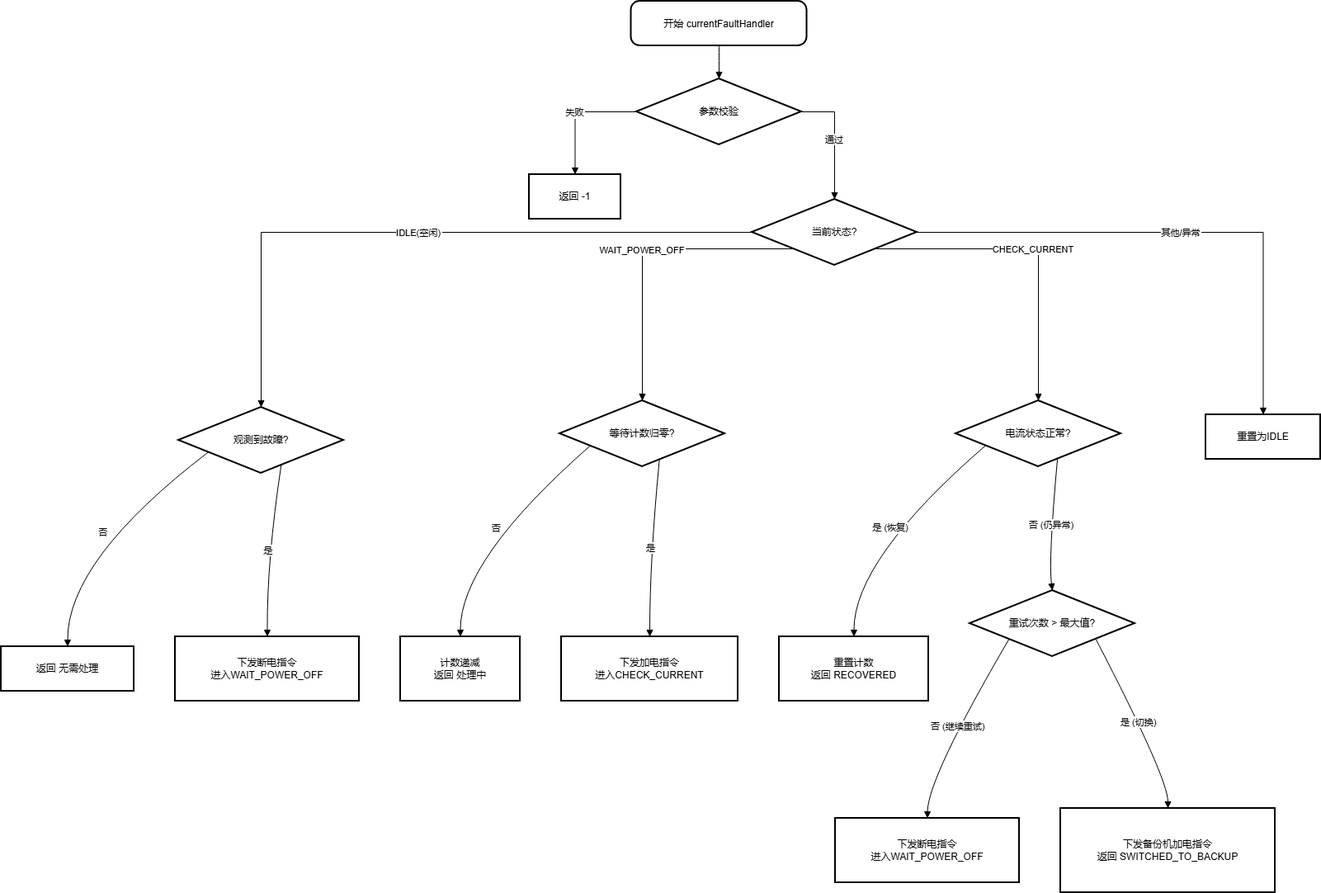
Before: 测控电流异常处理.drawio.png, a diagram exported from draw.io (luoflyxidian/git_aaa). Source tidied: cells renumbered, new cells last; positions are measured from the earlier drawing's top-left corner, leaving out a move shared by most shapes. The source it was exported from:
```xml
<mxGraphModel>
  <root>
    <mxCell id="0" />
    <mxCell id="1" parent="0" />
    <mxCell id="2" value="开始 currentFaultHandler" style="rounded=1;arcSize=20;strokeWidth=2;" parent="1" vertex="1">
      <mxGeometry x="763.5" width="213" height="54" as="geometry" />
    </mxCell>
    <mxCell id="3" value="参数校验" style="rhombus;strokeWidth=2;whiteSpace=wrap;" parent="1" vertex="1">
      <mxGeometry x="770" y="94" width="200" height="80" as="geometry" />
    </mxCell>
    <mxCell id="4" value="返回 -1" style="whiteSpace=wrap;strokeWidth=2;" parent="1" vertex="1">
      <mxGeometry x="640" y="210" width="111" height="54" as="geometry" />
    </mxCell>
    <mxCell id="5" value="当前状态?" style="rhombus;strokeWidth=2;whiteSpace=wrap;" parent="1" vertex="1">
      <mxGeometry x="910" y="240" width="200" height="80" as="geometry" />
    </mxCell>
    <mxCell id="6" value="观测到故障?" style="rhombus;strokeWidth=2;whiteSpace=wrap;" parent="1" vertex="1">
      <mxGeometry x="215" y="492" width="200" height="80" as="geometry" />
    </mxCell>
    <mxCell id="7" value="返回 无需处理" style="whiteSpace=wrap;strokeWidth=2;" parent="1" vertex="1">
      <mxGeometry y="782" width="161" height="54" as="geometry" />
    </mxCell>
    <mxCell id="8" value="下发断电指令&#10;进入WAIT_POWER_OFF" style="whiteSpace=wrap;strokeWidth=2;" parent="1" vertex="1">
      <mxGeometry x="211" y="770" width="223" height="78" as="geometry" />
    </mxCell>
    <mxCell id="9" value="等待计数归零?" style="rhombus;strokeWidth=2;whiteSpace=wrap;" parent="1" vertex="1">
      <mxGeometry x="677" y="484" width="200" height="80" as="geometry" />
    </mxCell>
    <mxCell id="10" value="计数递减&#10;返回 处理中" style="whiteSpace=wrap;strokeWidth=2;" parent="1" vertex="1">
      <mxGeometry x="484" y="770" width="145" height="78" as="geometry" />
    </mxCell>
    <mxCell id="11" value="下发加电指令&#10;进入CHECK_CURRENT" style="whiteSpace=wrap;strokeWidth=2;" parent="1" vertex="1">
      <mxGeometry x="679" y="770" width="214" height="78" as="geometry" />
    </mxCell>
    <mxCell id="12" value="电流状态正常?" style="rhombus;strokeWidth=2;whiteSpace=wrap;" parent="1" vertex="1">
      <mxGeometry x="1157" y="484" width="200" height="80" as="geometry" />
    </mxCell>
    <mxCell id="13" value="重置计数&#10;返回 RECOVERED" style="whiteSpace=wrap;strokeWidth=2;" parent="1" vertex="1">
      <mxGeometry x="943" y="770" width="181" height="78" as="geometry" />
    </mxCell>
    <mxCell id="14" value="重试次数 &gt; 最大值?" style="rhombus;strokeWidth=2;whiteSpace=wrap;" parent="1" vertex="1">
      <mxGeometry x="1174" y="714" width="200" height="80" as="geometry" />
    </mxCell>
    <mxCell id="15" value="下发断电指令&#10;进入WAIT_POWER_OFF" style="whiteSpace=wrap;strokeWidth=2;" parent="1" vertex="1">
      <mxGeometry x="1011" y="990" width="223" height="78" as="geometry" />
    </mxCell>
    <mxCell id="16" value="下发备份机加电指令&#10;返回 SWITCHED_TO_BACKUP" style="whiteSpace=wrap;strokeWidth=2;" parent="1" vertex="1">
      <mxGeometry x="1284" y="978" width="260" height="102" as="geometry" />
    </mxCell>
    <mxCell id="17" value="重置为IDLE" style="whiteSpace=wrap;strokeWidth=2;" parent="1" vertex="1">
      <mxGeometry x="1460" y="501" width="139" height="54" as="geometry" />
    </mxCell>
    <mxCell id="18" style="curved=1;startArrow=none;endArrow=block;exitX=0.5;exitY=1;entryX=0.5;entryY=0;rounded=0;" parent="1" edge="1" source="2" target="3">
      <mxGeometry relative="1" as="geometry" />
    </mxCell>
    <mxCell id="19" value="失败" style="startArrow=none;endArrow=block;exitX=0;exitY=0.5;entryX=0.5;entryY=0;rounded=0;exitDx=0;exitDy=0;edgeStyle=orthogonalEdgeStyle;" parent="1" edge="1" source="3" target="4">
      <mxGeometry relative="1" as="geometry" />
    </mxCell>
    <mxCell id="20" value="通过" style="startArrow=none;endArrow=block;exitX=1;exitY=0.5;entryX=0.5;entryY=0;rounded=0;exitDx=0;exitDy=0;edgeStyle=orthogonalEdgeStyle;" parent="1" edge="1" source="3" target="5">
      <mxGeometry relative="1" as="geometry" />
    </mxCell>
    <mxCell id="21" value="IDLE(空闲)" style="startArrow=none;endArrow=block;exitX=0;exitY=0.5;entryX=0.5;entryY=0;rounded=0;exitDx=0;exitDy=0;edgeStyle=orthogonalEdgeStyle;" parent="1" edge="1" source="5" target="6">
      <mxGeometry relative="1" as="geometry" />
    </mxCell>
    <mxCell id="22" value="否" style="curved=1;startArrow=none;endArrow=block;exitX=0;exitY=0.78;entryX=0.5;entryY=-0.01;rounded=0;" parent="1" edge="1" source="6" target="7">
      <mxGeometry relative="1" as="geometry">
        <Array as="points">
          <mxPoint x="80" y="677" />
        </Array>
      </mxGeometry>
    </mxCell>
    <mxCell id="23" value="是" style="curved=1;startArrow=none;endArrow=block;exitX=0.66;exitY=1;entryX=0.5;entryY=0;rounded=0;" parent="1" edge="1" source="6" target="8">
      <mxGeometry relative="1" as="geometry">
        <Array as="points">
          <mxPoint x="322" y="677" />
        </Array>
      </mxGeometry>
    </mxCell>
    <mxCell id="24" value="WAIT_POWER_OFF" style="startArrow=none;endArrow=block;exitX=0;exitY=1;entryX=0.5;entryY=0;rounded=0;exitDx=0;exitDy=0;edgeStyle=orthogonalEdgeStyle;" parent="1" edge="1" source="5" target="9">
      <mxGeometry relative="1" as="geometry" />
    </mxCell>
    <mxCell id="25" value="否" style="curved=1;startArrow=none;endArrow=block;exitX=0;exitY=0.79;entryX=0.5;entryY=0;rounded=0;" parent="1" edge="1" source="9" target="10">
      <mxGeometry relative="1" as="geometry">
        <Array as="points">
          <mxPoint x="556" y="677" />
        </Array>
      </mxGeometry>
    </mxCell>
    <mxCell id="26" value="是" style="curved=1;startArrow=none;endArrow=block;exitX=0.63;exitY=1;entryX=0.5;entryY=0;rounded=0;" parent="1" edge="1" source="9" target="11">
      <mxGeometry relative="1" as="geometry">
        <Array as="points">
          <mxPoint x="786" y="677" />
        </Array>
      </mxGeometry>
    </mxCell>
    <mxCell id="27" value="CHECK_CURRENT" style="startArrow=none;endArrow=block;exitX=1;exitY=1;entryX=0.5;entryY=0;rounded=0;exitDx=0;exitDy=0;edgeStyle=orthogonalEdgeStyle;" parent="1" edge="1" source="5" target="12">
      <mxGeometry relative="1" as="geometry" />
    </mxCell>
    <mxCell id="28" value="是 (恢复)" style="curved=1;startArrow=none;endArrow=block;exitX=0;exitY=0.78;entryX=0.5;entryY=0;rounded=0;" parent="1" edge="1" source="12" target="13">
      <mxGeometry relative="1" as="geometry">
        <Array as="points">
          <mxPoint x="1033" y="677" />
        </Array>
      </mxGeometry>
    </mxCell>
    <mxCell id="29" value="否 (仍异常)" style="curved=1;startArrow=none;endArrow=block;exitX=0.65;exitY=1;entryX=0.5;entryY=0;rounded=0;" parent="1" edge="1" source="12" target="14">
      <mxGeometry relative="1" as="geometry">
        <Array as="points">
          <mxPoint x="1269" y="677" />
        </Array>
      </mxGeometry>
    </mxCell>
    <mxCell id="30" value="否 (继续重试)" style="curved=1;startArrow=none;endArrow=block;exitX=0;exitY=0.95;entryX=0.5;entryY=0;rounded=0;" parent="1" edge="1" source="14" target="15">
      <mxGeometry relative="1" as="geometry">
        <Array as="points">
          <mxPoint x="1123" y="941" />
        </Array>
      </mxGeometry>
    </mxCell>
    <mxCell id="31" value="是 (切换)" style="curved=1;startArrow=none;endArrow=block;exitX=1;exitY=0.95;entryX=0.5;entryY=0;rounded=0;" parent="1" edge="1" source="14" target="16">
      <mxGeometry relative="1" as="geometry">
        <Array as="points">
          <mxPoint x="1414" y="941" />
        </Array>
      </mxGeometry>
    </mxCell>
    <mxCell id="32" value="其他/异常" style="startArrow=none;endArrow=block;exitX=1;exitY=0.5;entryX=0.5;entryY=0;rounded=0;exitDx=0;exitDy=0;edgeStyle=orthogonalEdgeStyle;" parent="1" edge="1" source="5" target="17">
      <mxGeometry relative="1" as="geometry" />
    </mxCell>
  </root>
</mxGraphModel>
```
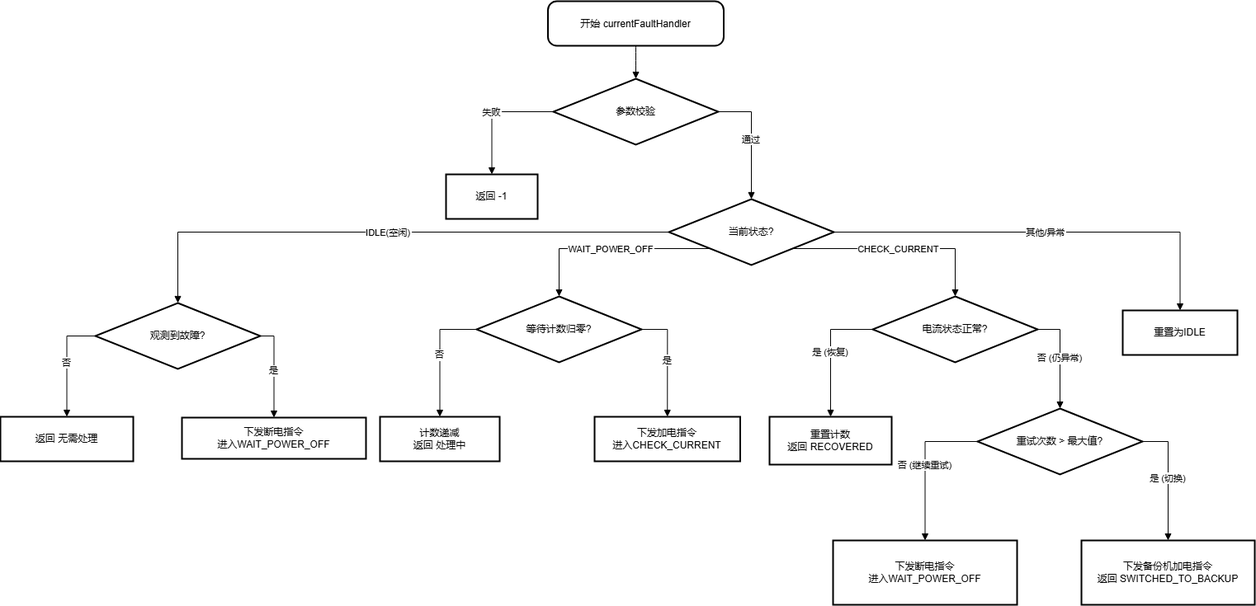
Later version of the same file.

Commit message:
更新测控电流异常处理.drawio.png

The edit, as a diff of the source:
```diff
@@ -15,40 +15,40 @@
       <mxGeometry x="910" y="240" width="200" height="80" as="geometry" />
     </mxCell>
     <mxCell id="6" value="观测到故障?" style="rhombus;strokeWidth=2;whiteSpace=wrap;" parent="1" vertex="1">
-      <mxGeometry x="215" y="492" width="200" height="80" as="geometry" />
+      <mxGeometry x="215" y="366" width="200" height="80" as="geometry" />
     </mxCell>
     <mxCell id="7" value="返回 无需处理" style="whiteSpace=wrap;strokeWidth=2;" parent="1" vertex="1">
-      <mxGeometry y="782" width="161" height="54" as="geometry" />
+      <mxGeometry x="100" y="504" width="161" height="54" as="geometry" />
     </mxCell>
     <mxCell id="8" value="下发断电指令&#10;进入WAIT_POWER_OFF" style="whiteSpace=wrap;strokeWidth=2;" parent="1" vertex="1">
-      <mxGeometry x="211" y="770" width="223" height="78" as="geometry" />
+      <mxGeometry x="320" y="505" width="223" height="50" as="geometry" />
     </mxCell>
     <mxCell id="9" value="等待计数归零?" style="rhombus;strokeWidth=2;whiteSpace=wrap;" parent="1" vertex="1">
-      <mxGeometry x="677" y="484" width="200" height="80" as="geometry" />
+      <mxGeometry x="677" y="358" width="200" height="80" as="geometry" />
     </mxCell>
     <mxCell id="10" value="计数递减&#10;返回 处理中" style="whiteSpace=wrap;strokeWidth=2;" parent="1" vertex="1">
-      <mxGeometry x="484" y="770" width="145" height="78" as="geometry" />
+      <mxGeometry x="560" y="504" width="145" height="54" as="geometry" />
     </mxCell>
     <mxCell id="11" value="下发加电指令&#10;进入CHECK_CURRENT" style="whiteSpace=wrap;strokeWidth=2;" parent="1" vertex="1">
-      <mxGeometry x="679" y="770" width="214" height="78" as="geometry" />
+      <mxGeometry x="820" y="504" width="176.5" height="54" as="geometry" />
     </mxCell>
     <mxCell id="12" value="电流状态正常?" style="rhombus;strokeWidth=2;whiteSpace=wrap;" parent="1" vertex="1">
-      <mxGeometry x="1157" y="484" width="200" height="80" as="geometry" />
+      <mxGeometry x="1157" y="358" width="200" height="80" as="geometry" />
     </mxCell>
     <mxCell id="13" value="重置计数&#10;返回 RECOVERED" style="whiteSpace=wrap;strokeWidth=2;" parent="1" vertex="1">
-      <mxGeometry x="943" y="770" width="181" height="78" as="geometry" />
+      <mxGeometry x="1032" y="504" width="148" height="58" as="geometry" />
     </mxCell>
     <mxCell id="14" value="重试次数 &gt; 最大值?" style="rhombus;strokeWidth=2;whiteSpace=wrap;" parent="1" vertex="1">
-      <mxGeometry x="1174" y="714" width="200" height="80" as="geometry" />
+      <mxGeometry x="1284" y="494" width="200" height="80" as="geometry" />
     </mxCell>
     <mxCell id="15" value="下发断电指令&#10;进入WAIT_POWER_OFF" style="whiteSpace=wrap;strokeWidth=2;" parent="1" vertex="1">
-      <mxGeometry x="1011" y="990" width="223" height="78" as="geometry" />
+      <mxGeometry x="1109" y="654" width="223" height="78" as="geometry" />
     </mxCell>
     <mxCell id="16" value="下发备份机加电指令&#10;返回 SWITCHED_TO_BACKUP" style="whiteSpace=wrap;strokeWidth=2;" parent="1" vertex="1">
-      <mxGeometry x="1284" y="978" width="260" height="102" as="geometry" />
+      <mxGeometry x="1410" y="654" width="210" height="78" as="geometry" />
     </mxCell>
     <mxCell id="17" value="重置为IDLE" style="whiteSpace=wrap;strokeWidth=2;" parent="1" vertex="1">
-      <mxGeometry x="1460" y="501" width="139" height="54" as="geometry" />
+      <mxGeometry x="1460" y="375" width="139" height="54" as="geometry" />
     </mxCell>
     <mxCell id="18" style="curved=1;startArrow=none;endArrow=block;exitX=0.5;exitY=1;entryX=0.5;entryY=0;rounded=0;" parent="1" edge="1" source="2" target="3">
       <mxGeometry relative="1" as="geometry" />
@@ -62,67 +62,35 @@
     <mxCell id="21" value="IDLE(空闲)" style="startArrow=none;endArrow=block;exitX=0;exitY=0.5;entryX=0.5;entryY=0;rounded=0;exitDx=0;exitDy=0;edgeStyle=orthogonalEdgeStyle;" parent="1" edge="1" source="5" target="6">
       <mxGeometry relative="1" as="geometry" />
     </mxCell>
-    <mxCell id="22" value="否" style="curved=1;startArrow=none;endArrow=block;exitX=0;exitY=0.78;entryX=0.5;entryY=-0.01;rounded=0;" parent="1" edge="1" source="6" target="7">
-      <mxGeometry relative="1" as="geometry">
-        <Array as="points">
-          <mxPoint x="80" y="677" />
-        </Array>
-      </mxGeometry>
+    <mxCell id="22" value="否" style="startArrow=none;endArrow=block;exitX=0;exitY=0.5;entryX=0.5;entryY=-0.01;rounded=0;exitDx=0;exitDy=0;edgeStyle=orthogonalEdgeStyle;" parent="1" edge="1" source="6" target="7">
+      <mxGeometry relative="1" as="geometry" />
     </mxCell>
-    <mxCell id="23" value="是" style="curved=1;startArrow=none;endArrow=block;exitX=0.66;exitY=1;entryX=0.5;entryY=0;rounded=0;" parent="1" edge="1" source="6" target="8">
-      <mxGeometry relative="1" as="geometry">
-        <Array as="points">
-          <mxPoint x="322" y="677" />
-        </Array>
-      </mxGeometry>
+    <mxCell id="23" value="是" style="startArrow=none;endArrow=block;exitX=1;exitY=0.5;entryX=0.5;entryY=0;rounded=0;exitDx=0;exitDy=0;edgeStyle=orthogonalEdgeStyle;" parent="1" edge="1" source="6" target="8">
+      <mxGeometry relative="1" as="geometry" />
     </mxCell>
     <mxCell id="24" value="WAIT_POWER_OFF" style="startArrow=none;endArrow=block;exitX=0;exitY=1;entryX=0.5;entryY=0;rounded=0;exitDx=0;exitDy=0;edgeStyle=orthogonalEdgeStyle;" parent="1" edge="1" source="5" target="9">
       <mxGeometry relative="1" as="geometry" />
     </mxCell>
-    <mxCell id="25" value="否" style="curved=1;startArrow=none;endArrow=block;exitX=0;exitY=0.79;entryX=0.5;entryY=0;rounded=0;" parent="1" edge="1" source="9" target="10">
-      <mxGeometry relative="1" as="geometry">
-        <Array as="points">
-          <mxPoint x="556" y="677" />
-        </Array>
-      </mxGeometry>
+    <mxCell id="25" value="否" style="startArrow=none;endArrow=block;exitX=0;exitY=0.5;entryX=0.5;entryY=0;rounded=0;exitDx=0;exitDy=0;edgeStyle=orthogonalEdgeStyle;" parent="1" edge="1" source="9" target="10">
+      <mxGeometry relative="1" as="geometry" />
     </mxCell>
-    <mxCell id="26" value="是" style="curved=1;startArrow=none;endArrow=block;exitX=0.63;exitY=1;entryX=0.5;entryY=0;rounded=0;" parent="1" edge="1" source="9" target="11">
-      <mxGeometry relative="1" as="geometry">
-        <Array as="points">
-          <mxPoint x="786" y="677" />
-        </Array>
-      </mxGeometry>
+    <mxCell id="26" value="是" style="startArrow=none;endArrow=block;exitX=1;exitY=0.5;entryX=0.5;entryY=0;rounded=0;exitDx=0;exitDy=0;edgeStyle=orthogonalEdgeStyle;" parent="1" edge="1" source="9" target="11">
+      <mxGeometry relative="1" as="geometry" />
     </mxCell>
     <mxCell id="27" value="CHECK_CURRENT" style="startArrow=none;endArrow=block;exitX=1;exitY=1;entryX=0.5;entryY=0;rounded=0;exitDx=0;exitDy=0;edgeStyle=orthogonalEdgeStyle;" parent="1" edge="1" source="5" target="12">
       <mxGeometry relative="1" as="geometry" />
     </mxCell>
-    <mxCell id="28" value="是 (恢复)" style="curved=1;startArrow=none;endArrow=block;exitX=0;exitY=0.78;entryX=0.5;entryY=0;rounded=0;" parent="1" edge="1" source="12" target="13">
-      <mxGeometry relative="1" as="geometry">
-        <Array as="points">
-          <mxPoint x="1033" y="677" />
-        </Array>
-      </mxGeometry>
+    <mxCell id="28" value="是 (恢复)" style="startArrow=none;endArrow=block;exitX=0;exitY=0.5;entryX=0.5;entryY=0;rounded=0;exitDx=0;exitDy=0;edgeStyle=orthogonalEdgeStyle;" parent="1" edge="1" source="12" target="13">
+      <mxGeometry relative="1" as="geometry" />
     </mxCell>
-    <mxCell id="29" value="否 (仍异常)" style="curved=1;startArrow=none;endArrow=block;exitX=0.65;exitY=1;entryX=0.5;entryY=0;rounded=0;" parent="1" edge="1" source="12" target="14">
-      <mxGeometry relative="1" as="geometry">
-        <Array as="points">
-          <mxPoint x="1269" y="677" />
-        </Array>
-      </mxGeometry>
+    <mxCell id="29" value="否 (仍异常)" style="startArrow=none;endArrow=block;exitX=1;exitY=0.5;entryX=0.5;entryY=0;rounded=0;exitDx=0;exitDy=0;edgeStyle=orthogonalEdgeStyle;" parent="1" edge="1" source="12" target="14">
+      <mxGeometry relative="1" as="geometry" />
     </mxCell>
-    <mxCell id="30" value="否 (继续重试)" style="curved=1;startArrow=none;endArrow=block;exitX=0;exitY=0.95;entryX=0.5;entryY=0;rounded=0;" parent="1" edge="1" source="14" target="15">
-      <mxGeometry relative="1" as="geometry">
-        <Array as="points">
-          <mxPoint x="1123" y="941" />
-        </Array>
-      </mxGeometry>
+    <mxCell id="30" value="否 (继续重试)" style="startArrow=none;endArrow=block;entryX=0.5;entryY=0;rounded=0;edgeStyle=orthogonalEdgeStyle;exitX=0;exitY=0.5;exitDx=0;exitDy=0;" parent="1" edge="1" source="14" target="15">
+      <mxGeometry relative="1" as="geometry" />
     </mxCell>
-    <mxCell id="31" value="是 (切换)" style="curved=1;startArrow=none;endArrow=block;exitX=1;exitY=0.95;entryX=0.5;entryY=0;rounded=0;" parent="1" edge="1" source="14" target="16">
-      <mxGeometry relative="1" as="geometry">
-        <Array as="points">
-          <mxPoint x="1414" y="941" />
-        </Array>
-      </mxGeometry>
+    <mxCell id="31" value="是 (切换)" style="startArrow=none;endArrow=block;exitX=1;exitY=0.5;entryX=0.5;entryY=0;rounded=0;exitDx=0;exitDy=0;edgeStyle=orthogonalEdgeStyle;" parent="1" edge="1" source="14" target="16">
+      <mxGeometry relative="1" as="geometry" />
     </mxCell>
     <mxCell id="32" value="其他/异常" style="startArrow=none;endArrow=block;exitX=1;exitY=0.5;entryX=0.5;entryY=0;rounded=0;exitDx=0;exitDy=0;edgeStyle=orthogonalEdgeStyle;" parent="1" edge="1" source="5" target="17">
       <mxGeometry relative="1" as="geometry" />
```
